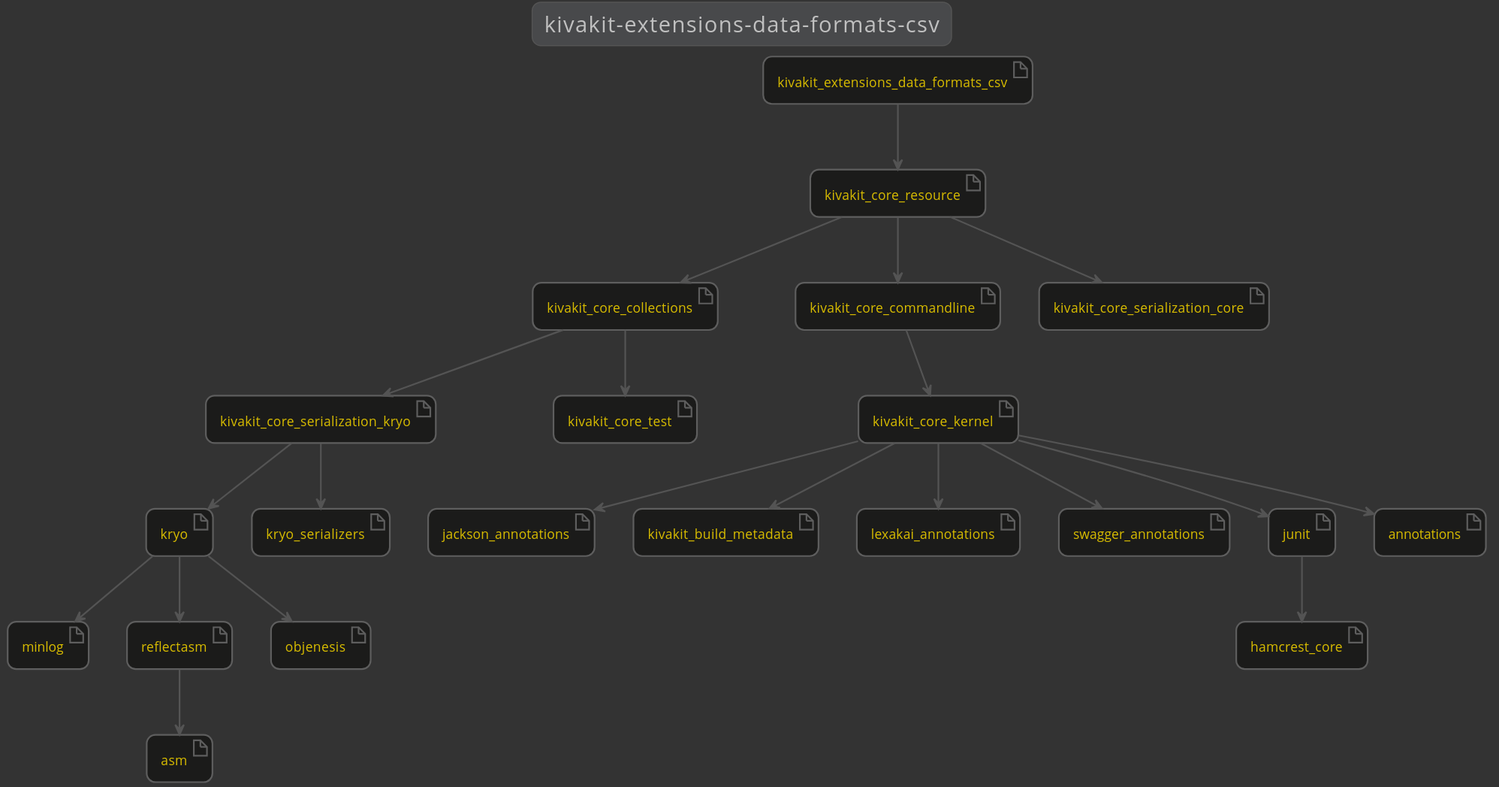
Before: kivakit-data/formats/csv/documentation/diagrams/dependencies.svg, a diagram exported from PlantUML (Telenav/kivakit-extensions). Source of this version:
```plantuml
@startuml

    !include ../lexakai/lexakai.theme

    title "kivakit-extensions-data-formats-csv"

    artifact kryo
    artifact minlog
    artifact reflectasm
    artifact jackson_annotations
    artifact kivakit_build_metadata
    artifact kivakit_core_collections
    artifact kivakit_core_commandline
    artifact kivakit_core_kernel
    artifact kivakit_core_resource
    artifact kivakit_core_serialization_core
    artifact kivakit_core_serialization_kryo
    artifact kivakit_core_test
    artifact kivakit_extensions_data_formats_csv
    artifact lexakai_annotations
    artifact kryo_serializers
    artifact swagger_annotations
    artifact junit
    artifact hamcrest_core
    artifact annotations
    artifact objenesis
    artifact asm
    junit --> hamcrest_core
    kivakit_core_collections --> kivakit_core_serialization_kryo
    kivakit_core_collections --> kivakit_core_test
    kivakit_core_commandline --> kivakit_core_kernel
    kivakit_core_kernel --> annotations
    kivakit_core_kernel --> jackson_annotations
    kivakit_core_kernel --> junit
    kivakit_core_kernel --> kivakit_build_metadata
    kivakit_core_kernel --> lexakai_annotations
    kivakit_core_kernel --> swagger_annotations
    kivakit_core_resource --> kivakit_core_collections
    kivakit_core_resource --> kivakit_core_commandline
    kivakit_core_resource --> kivakit_core_serialization_core
    kivakit_core_serialization_kryo --> kryo
    kivakit_core_serialization_kryo --> kryo_serializers
    kivakit_extensions_data_formats_csv --> kivakit_core_resource
    kryo --> minlog
    kryo --> objenesis
    kryo --> reflectasm
    reflectasm --> asm

@enduml
```
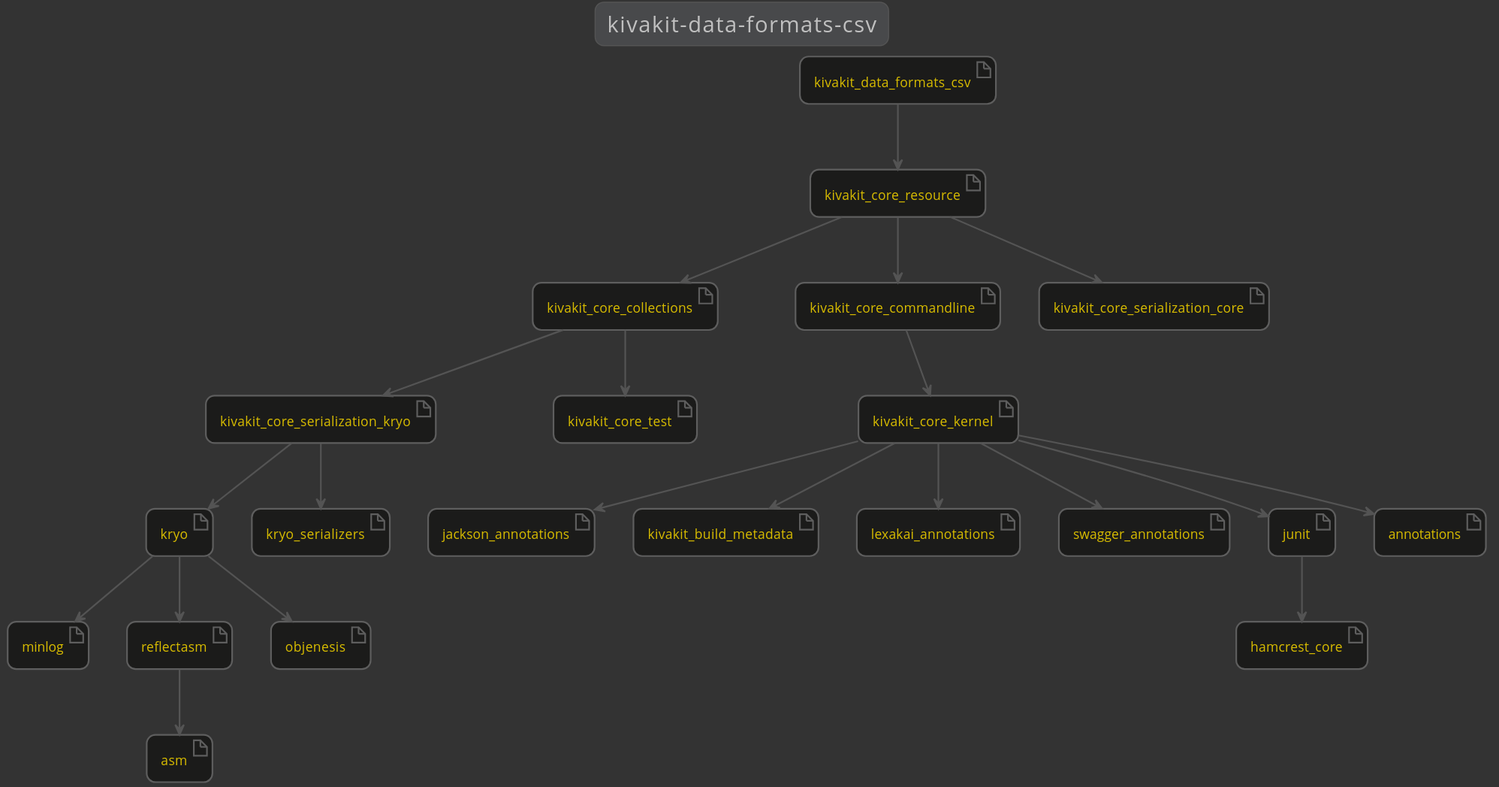
The same file after the commit.

The edit, as a diff of the source:
```diff
@@ -2,7 +2,7 @@
 
     !include ../lexakai/lexakai.theme
 
-    title "kivakit-extensions-data-formats-csv"
+    title "kivakit-data-formats-csv"
 
     artifact kryo
     artifact minlog
@@ -16,7 +16,7 @@
     artifact kivakit_core_serialization_core
     artifact kivakit_core_serialization_kryo
     artifact kivakit_core_test
-    artifact kivakit_extensions_data_formats_csv
+    artifact kivakit_data_formats_csv
     artifact lexakai_annotations
     artifact kryo_serializers
     artifact swagger_annotations
@@ -40,7 +40,7 @@
     kivakit_core_resource --> kivakit_core_serialization_core
     kivakit_core_serialization_kryo --> kryo
     kivakit_core_serialization_kryo --> kryo_serializers
-    kivakit_extensions_data_formats_csv --> kivakit_core_resource
+    kivakit_data_formats_csv --> kivakit_core_resource
     kryo --> minlog
     kryo --> objenesis
     kryo --> reflectasm
```
